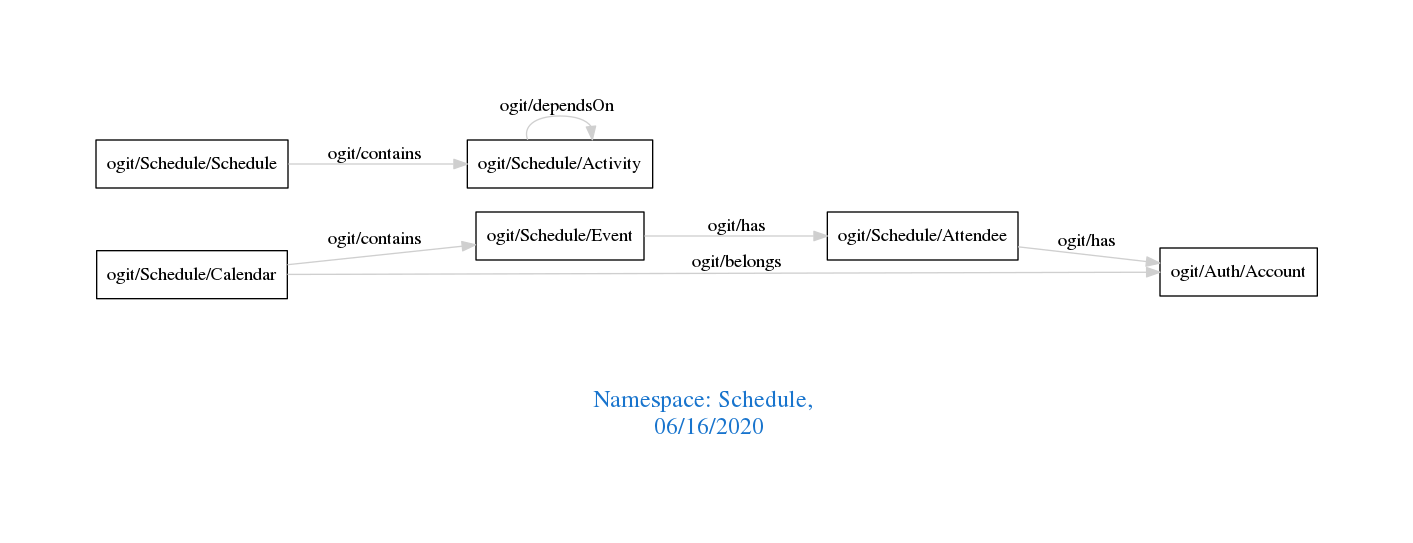
Above: downloads/Schedule.png in arago/OGIT (Graphviz), before the change. Its source is kept beside it as downloads/Schedule.dot.
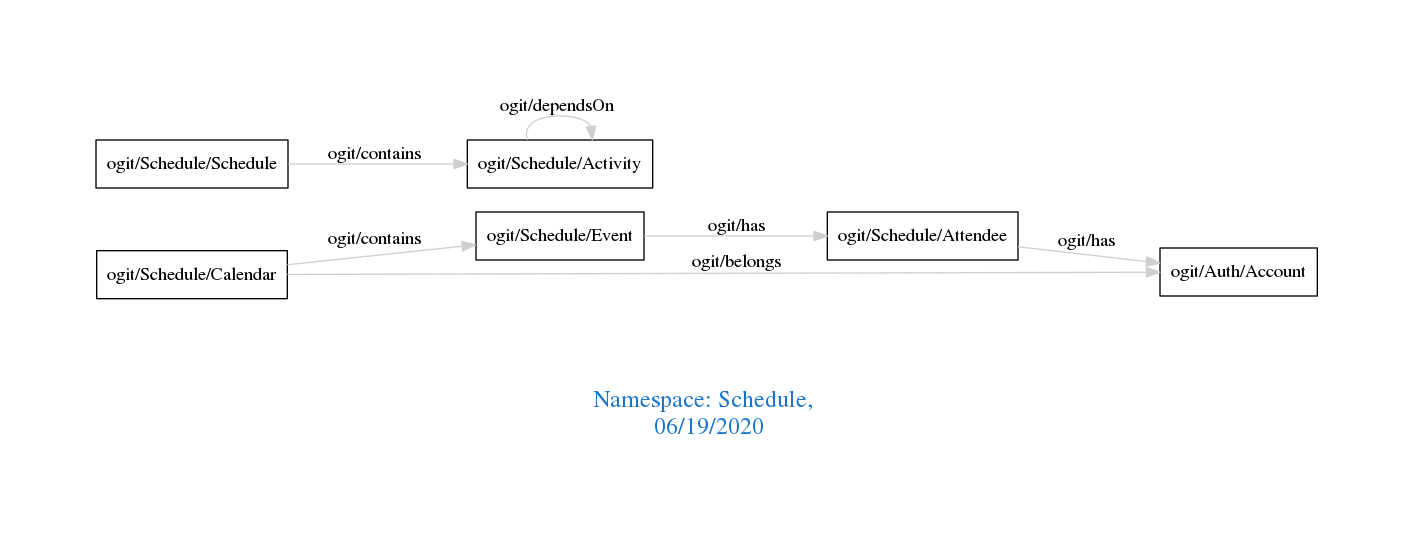
The same file after the commit.

Change to the diagram source:
```diff
@@ -1,7 +1,7 @@
 digraph OGIT_ontology {
  graph [ rankdir= LR,pad=1
 fontsize = 18,
-fontcolor= dodgerblue3,label = "\n\n\nNamespace: Schedule, \n 06/16/2020"];
+fontcolor= dodgerblue3,label = "\n\n\nNamespace: Schedule, \n 06/19/2020"];
 node[shape=polygon];
 edge [  color="gray81"];
 
```
